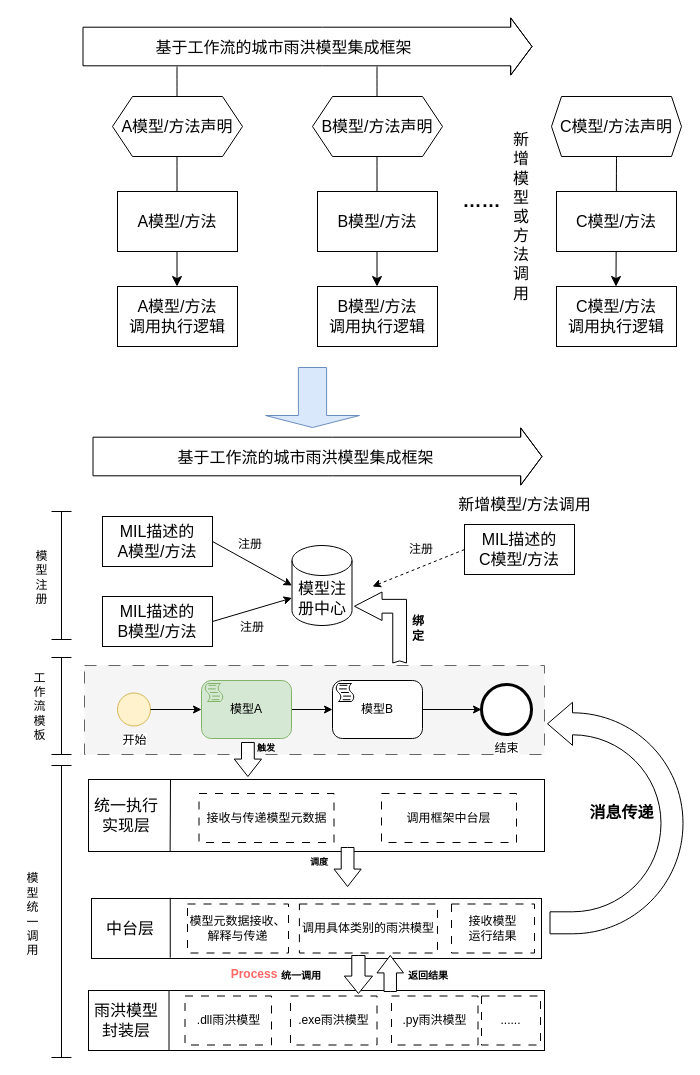
Before: page "第 5 页" (5 of 6) of 模型接口语言注册.drawio in liujing-maker/IDEA, a draw.io diagram. Source tidied: cells renumbered, new cells numbered last; positions are measured from the earlier drawing's top-left corner, leaving out a move shared by most shapes. Both pictures are drawn from the tidied source at 100%, with x=0, y=0 at pixel (17, 46).
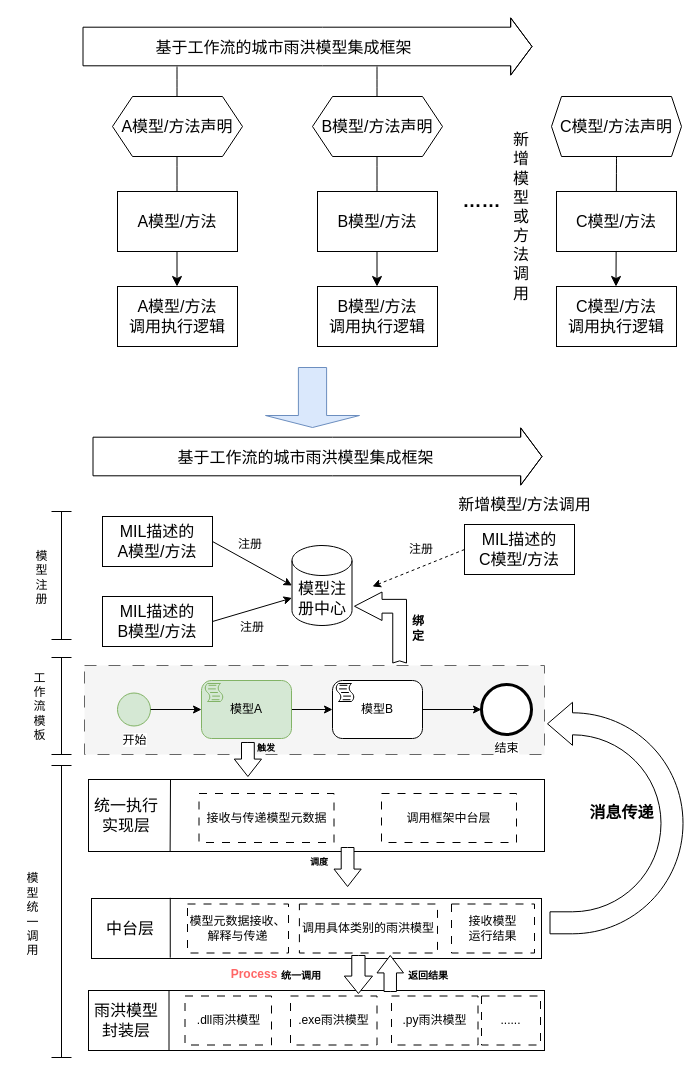
The same page after the edit.

Change to the diagram source:
```diff
@@
-    <mxCell id="40" value="开始" style="points=[[0.145,0.145,0],[0.5,0,0],[0.855,0.145,0],[1,0.5,0],[0.855,0.855,0],[0.5,1,0],[0.145,0.855,0],[0,0.5,0]];shape=mxgraph.bpmn.event;html=1;verticalLabelPosition=bottom;labelBackgroundColor=#ffffff;verticalAlign=top;align=center;perimeter=ellipsePerimeter;outlineConnect=0;outline=standard;symbol=general;fillColor=#fff2cc;strokeColor=#d6b656;" parent="1" vertex="1">
+    <mxCell id="40" value="开始" style="points=[[0.145,0.145,0],[0.5,0,0],[0.855,0.145,0],[1,0.5,0],[0.855,0.855,0],[0.5,1,0],[0.145,0.855,0],[0,0.5,0]];shape=mxgraph.bpmn.event;html=1;verticalLabelPosition=bottom;labelBackgroundColor=#ffffff;verticalAlign=top;align=center;perimeter=ellipsePerimeter;outlineConnect=0;outline=standard;symbol=general;fillColor=#d5e8d4;strokeColor=#82b366;" parent="1" vertex="1">
       <mxGeometry x="100" y="646.5" width="33" height="33" as="geometry" />
     </mxCell>
```
